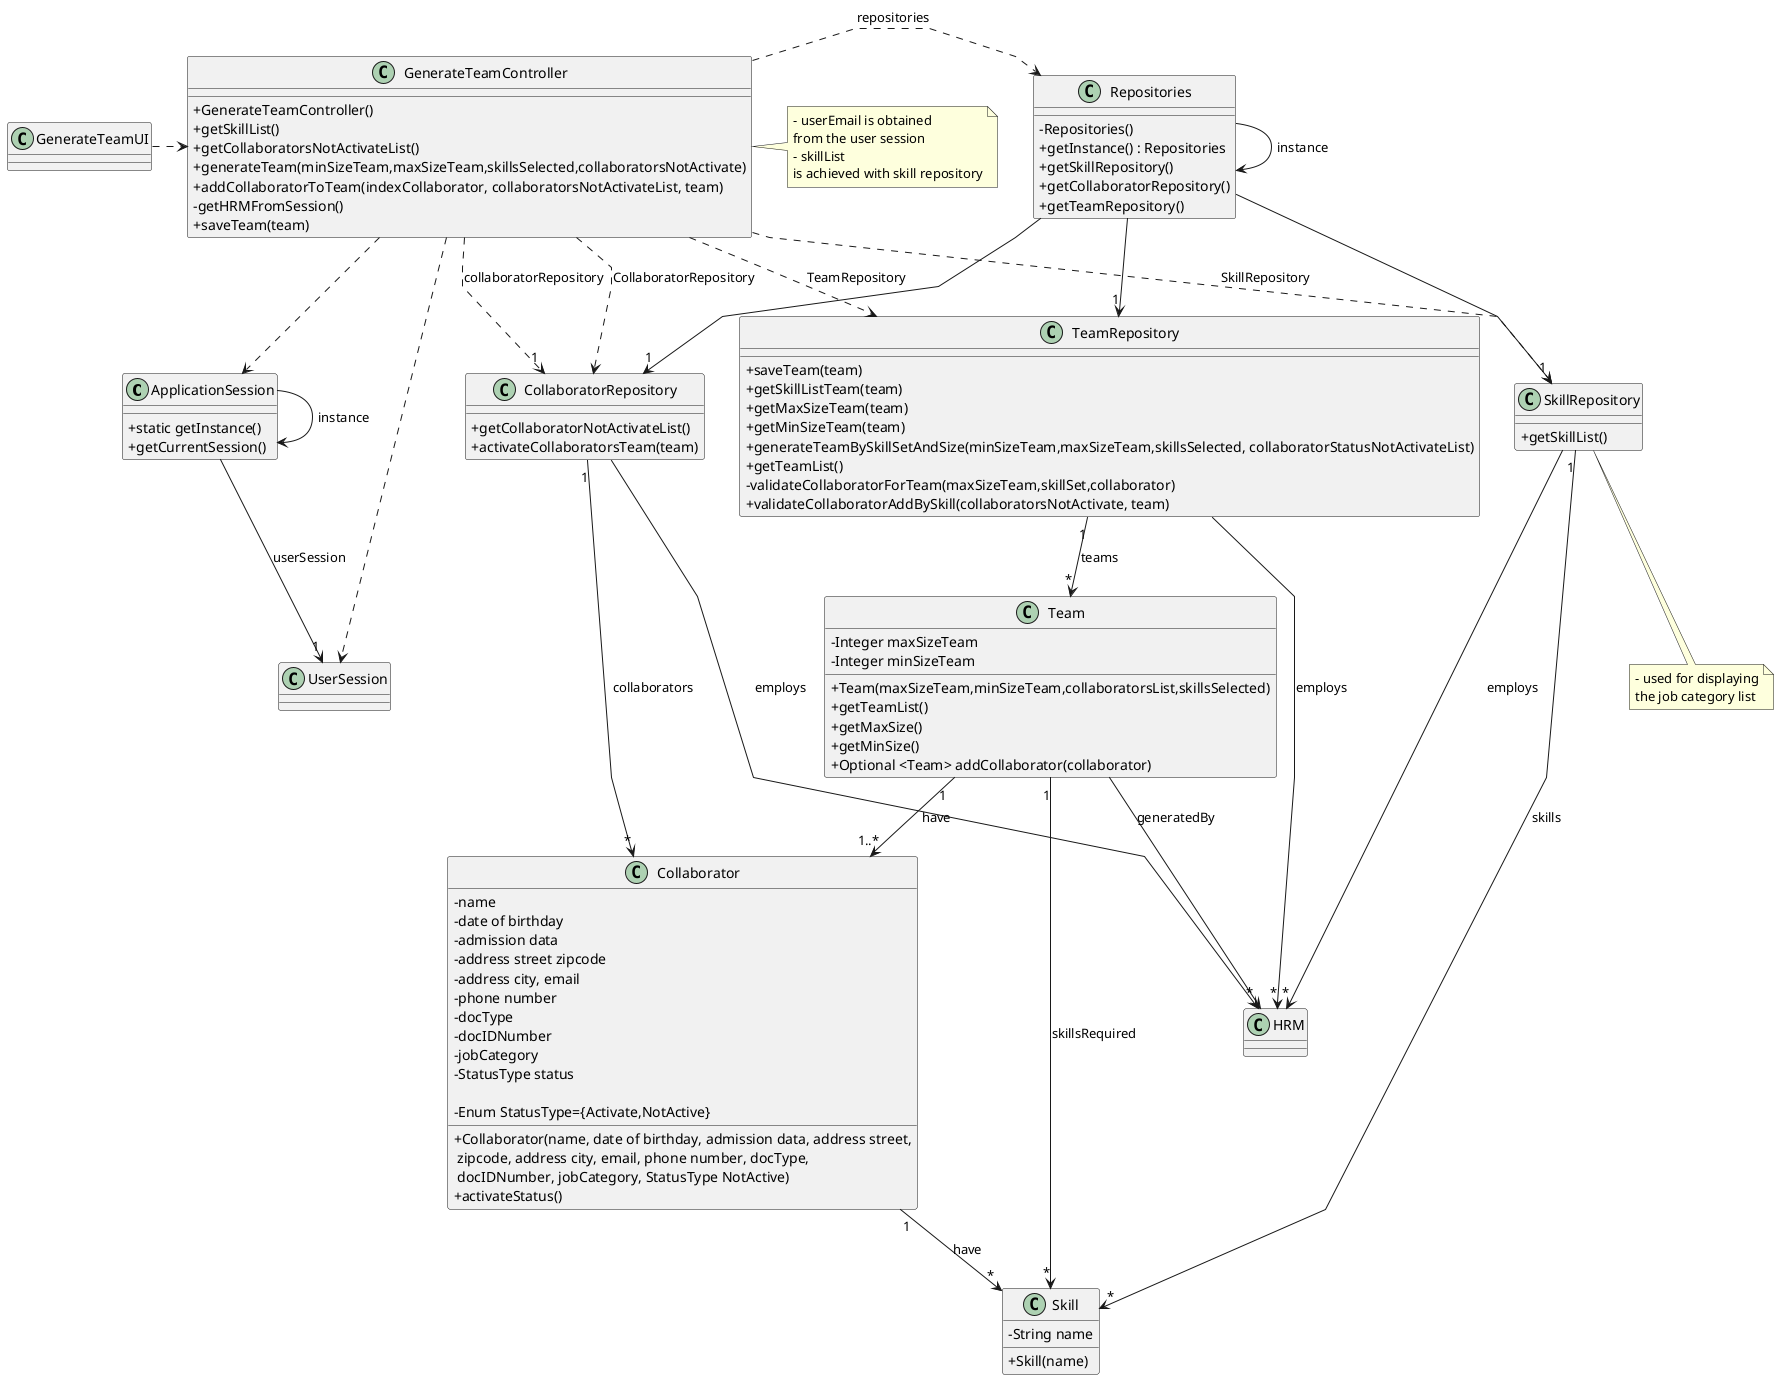
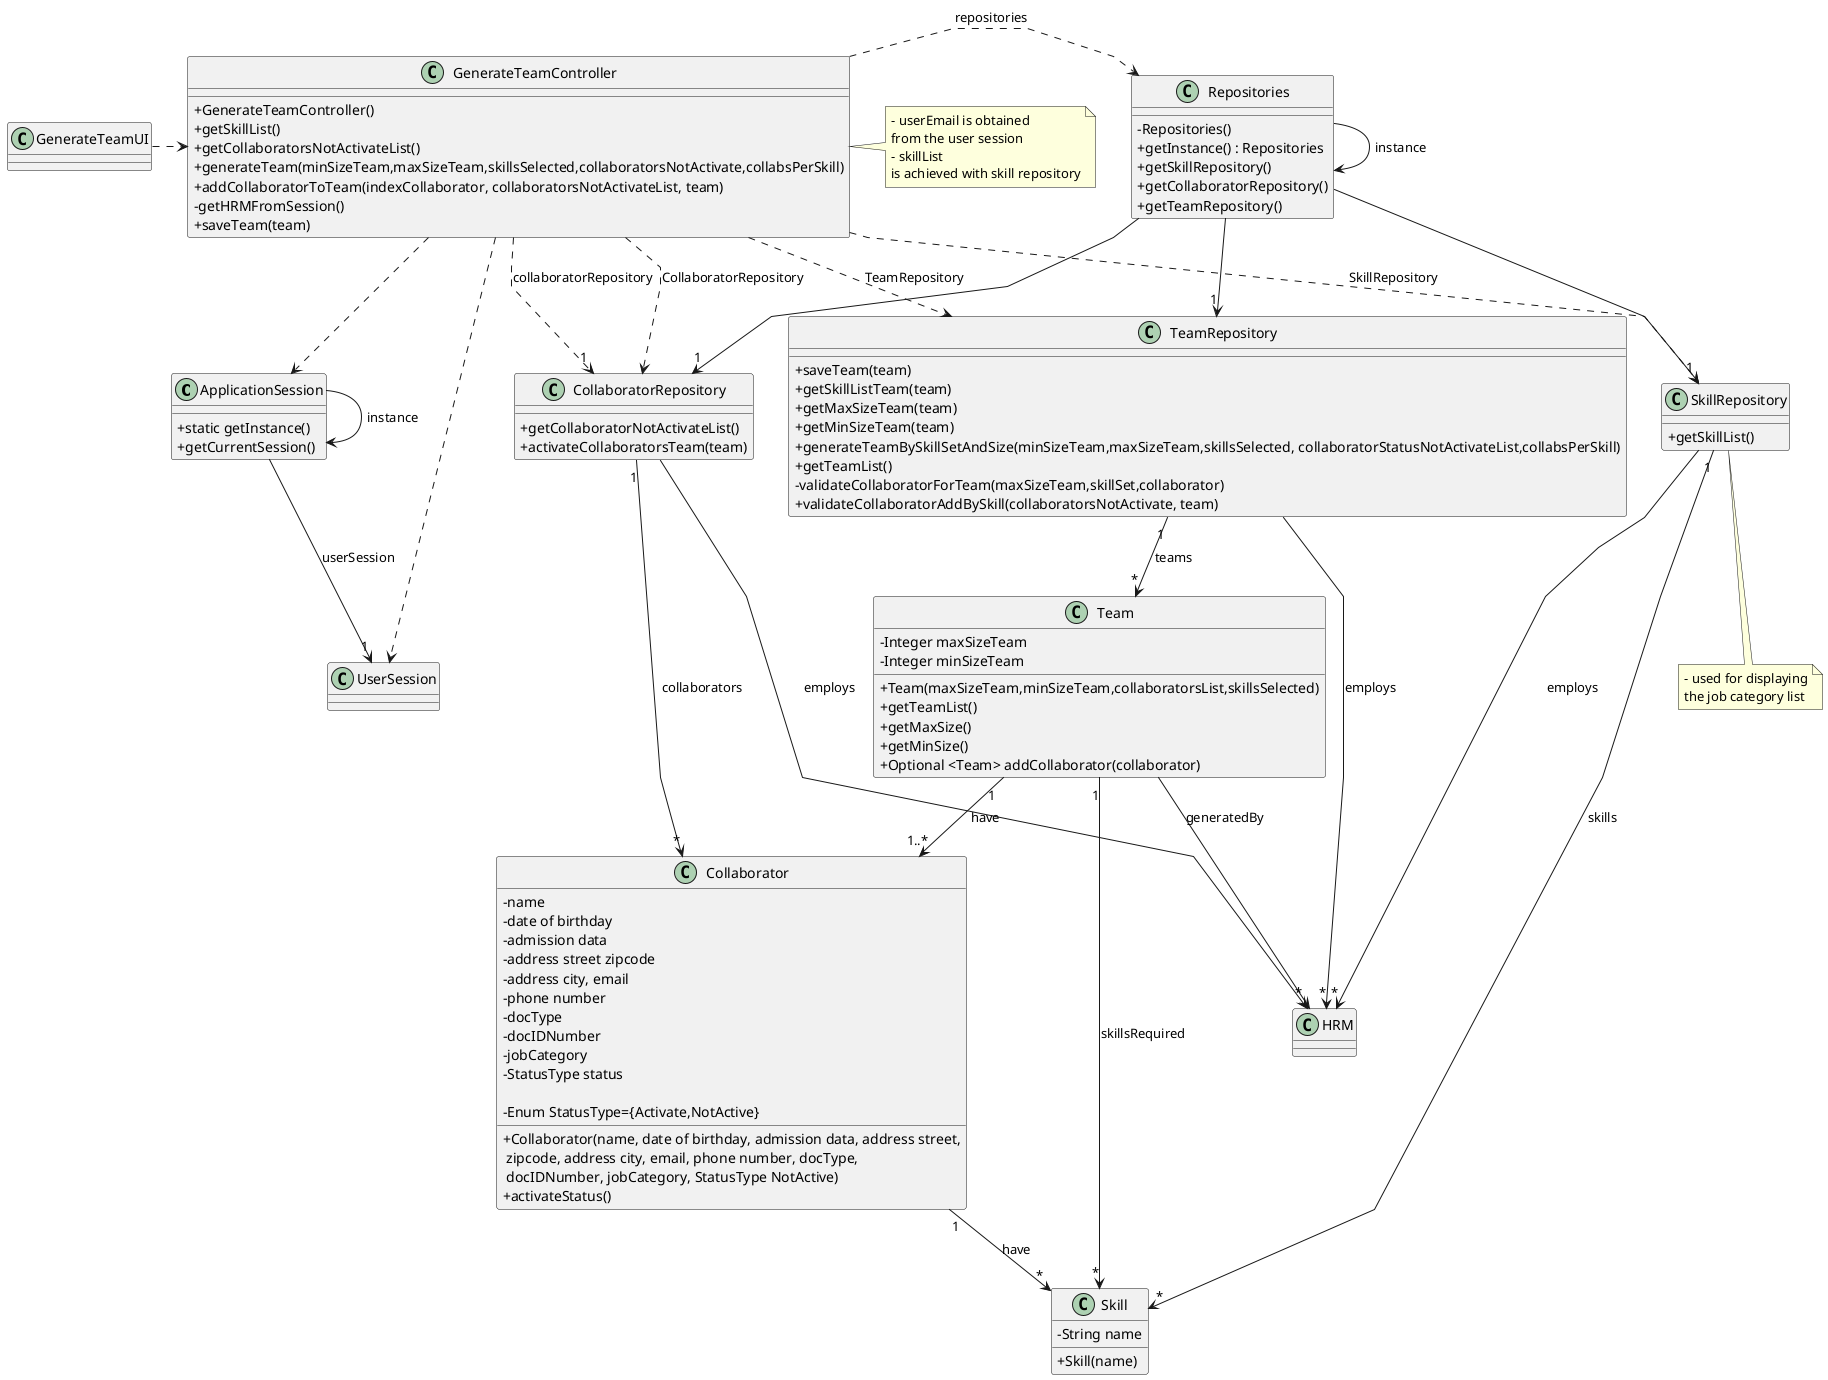
@startuml
'skinparam monochrome true
skinparam packageStyle rectangle
skinparam shadowing false
skinparam linetype polyline
'skinparam linetype orto

skinparam classAttributeIconSize 0

'left to right direction

class ApplicationSession{
    + static getInstance()
    + getCurrentSession()
}

class UserSession{
}

class HRM {
}

class Collaborator {
    - name
    - date of birthday
    - admission data
    - address street zipcode
    - address city, email
    - phone number
    - docType
    - docIDNumber
    - jobCategory
    - StatusType status

    - Enum StatusType={Activate,NotActive}

    + Collaborator(name, date of birthday, admission data, address street,\n zipcode, address city, email, phone number, docType,\n docIDNumber, jobCategory, StatusType NotActive)
    + activateStatus()
}

class Skill {
    - String name
    + Skill(name)
}

class CollaboratorRepository {
    + getCollaboratorNotActivateList()
    + activateCollaboratorsTeam(team)
}

class TeamRepository {
    + saveTeam(team)
    + getSkillListTeam(team)
    + getMaxSizeTeam(team)
    + getMinSizeTeam(team)
-     + generateTeamBySkillSetAndSize(minSizeTeam,maxSizeTeam,skillsSelected, collaboratorStatusNotActivateList)
+     + generateTeamBySkillSetAndSize(minSizeTeam,maxSizeTeam,skillsSelected, collaboratorStatusNotActivateList,collabsPerSkill)
    + getTeamList()
    - validateCollaboratorForTeam(maxSizeTeam,skillSet,collaborator)
    + validateCollaboratorAddBySkill(collaboratorsNotActivate, team)
}


class Team{
    -Integer maxSizeTeam
    -Integer minSizeTeam
    + Team(maxSizeTeam,minSizeTeam,collaboratorsList,skillsSelected)
    + getTeamList()
    + getMaxSize()
    + getMinSize()
    + Optional <Team> addCollaborator(collaborator)
}


class Repositories {
    - Repositories()
    + getInstance() : Repositories
    + getSkillRepository()
    + getCollaboratorRepository()
    + getTeamRepository()
}

class GenerateTeamController {
    + GenerateTeamController()
    + getSkillList()
    + getCollaboratorsNotActivateList()
-     + generateTeam(minSizeTeam,maxSizeTeam,skillsSelected,collaboratorsNotActivate)
+     + generateTeam(minSizeTeam,maxSizeTeam,skillsSelected,collaboratorsNotActivate,collabsPerSkill)
    + addCollaboratorToTeam(indexCollaborator, collaboratorsNotActivateList, team)
    - getHRMFromSession()
    + saveTeam(team)
}

class SkillRepository{
    + getSkillList()
}

note right of GenerateTeamController
    - userEmail is obtained
    from the user session
    - skillList
    is achieved with skill repository
end note

note bottom of SkillRepository
    - used for displaying
    the job category list
end note

class GenerateTeamUI {
}

Repositories -> Repositories : instance
ApplicationSession -> ApplicationSession : instance

GenerateTeamUI .> GenerateTeamController

GenerateTeamController .> Repositories : repositories

Repositories --> "1" CollaboratorRepository
Repositories --> "1" SkillRepository
Repositories --> "1" TeamRepository

GenerateTeamController ..> CollaboratorRepository : CollaboratorRepository
GenerateTeamController ..> SkillRepository : SkillRepository
GenerateTeamController ..> TeamRepository : TeamRepository


GenerateTeamController ..> "1" CollaboratorRepository : collaboratorRepository
GenerateTeamController ..> ApplicationSession
GenerateTeamController ..> UserSession

CollaboratorRepository "1" --> "*" Collaborator : collaborators
TeamRepository "1" --> "*" Team : teams
SkillRepository "1" --> "*" Skill : skills

Team --> HRM : generatedBy
Team "1" --> "1..*" Collaborator : have
Team "1" --> "*" Skill : skillsRequired
Collaborator "1" --> "*" Skill : have

ApplicationSession --> "1" UserSession : userSession

TeamRepository --> "*" HRM : employs
SkillRepository --> "*" HRM : employs
CollaboratorRepository --> "*" HRM : employs


@enduml